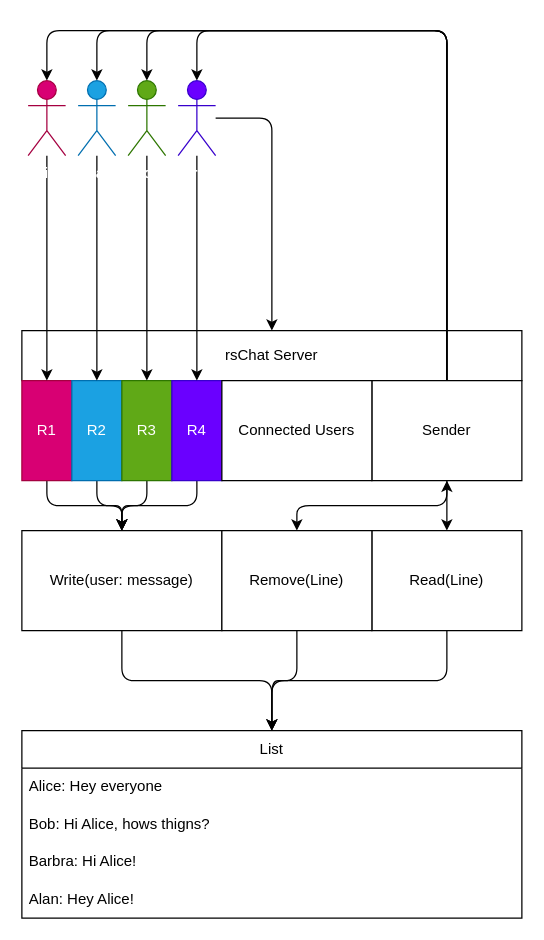
Above: docs/server.drawio in C0wRat/rsChat (draw.io), before the change. Source tidied: cells renumbered, new cells numbered last; positions are measured from the earlier drawing's top-left corner, leaving out a move shared by most shapes. Both pictures are drawn from the tidied source at 125%, with x=0, y=0 at pixel (21, 30).
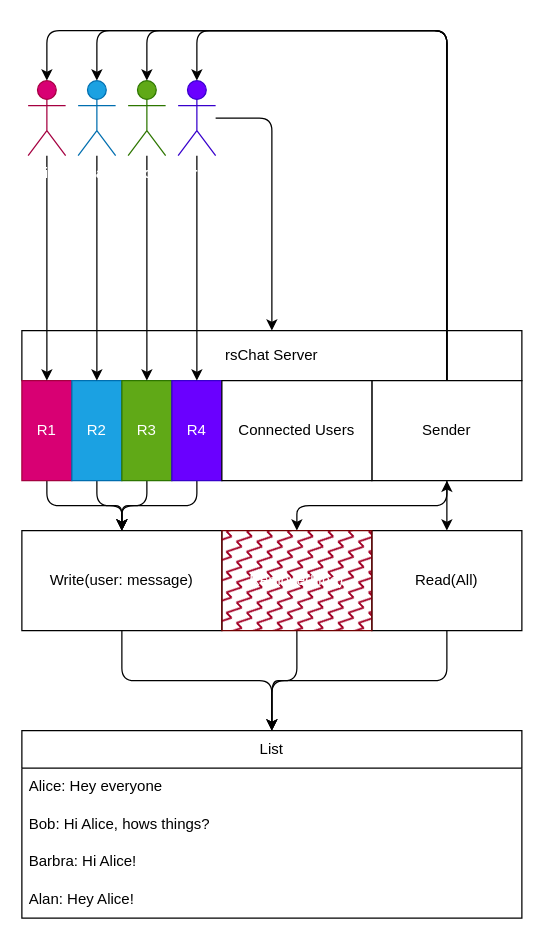
The same page after the edit.

The change refers to these unchanged cells:
```xml
<mxCell id="19" value="List" style="swimlane;fontStyle=0;horizontal=1;startSize=30;whiteSpace=wrap;html=1;" parent="1" vertex="1">
  <mxGeometry y="560" width="400" height="150" as="geometry" />
</mxCell>
```

Change to the diagram source:
```diff
@@
-    <mxCell id="21" value="Bob: Hi Alice, hows thigns?" style="text;strokeColor=none;fillColor=none;align=left;verticalAlign=middle;spacingLeft=4;spacingRight=4;overflow=hidden;whiteSpace=wrap;html=1;" parent="19" vertex="1">
+    <mxCell id="21" value="Bob: Hi Alice, hows things?" style="text;strokeColor=none;fillColor=none;align=left;verticalAlign=middle;spacingLeft=4;spacingRight=4;overflow=hidden;whiteSpace=wrap;html=1;" parent="19" vertex="1">
       <mxGeometry y="60" width="400" height="30" as="geometry" />
     </mxCell>
@@
-    <mxCell id="27" value="Read(Line)" style="rounded=0;whiteSpace=wrap;html=1;" parent="1" vertex="1">
+    <mxCell id="27" value="Read(All)" style="rounded=0;whiteSpace=wrap;html=1;" parent="1" vertex="1">
       <mxGeometry x="280" y="400" width="120" height="80" as="geometry" />
     </mxCell>
@@
-    <mxCell id="29" value="Remove(Line)" style="rounded=0;whiteSpace=wrap;html=1;" parent="1" vertex="1">
+    <mxCell id="29" value="Remove(Line)" style="rounded=0;whiteSpace=wrap;html=1;fillColor=#a20025;fontColor=#ffffff;strokeColor=#6F0000;fillStyle=zigzag-line;" parent="1" vertex="1">
       <mxGeometry x="160" y="400" width="120" height="80" as="geometry" />
     </mxCell>
```
